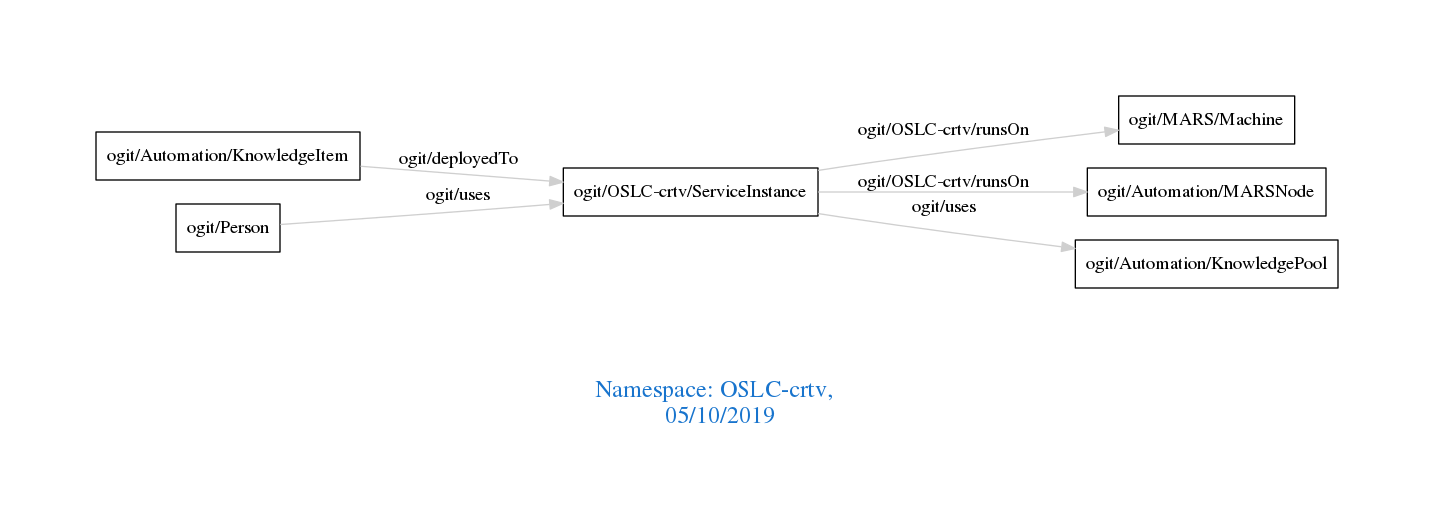
Earlier version of the Graphviz export downloads/OSLC-crtv.png (arago/OGIT). Its source is kept beside it as downloads/OSLC-crtv.dot.
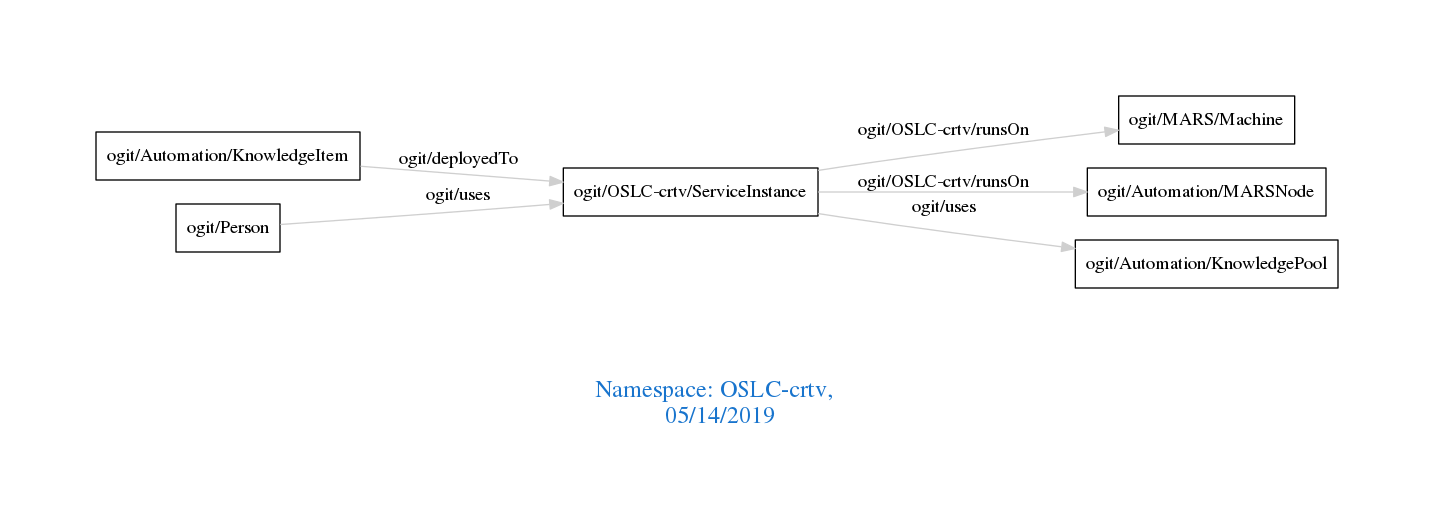
The same diagram one commit later.

Change to the diagram source:
```diff
@@ -1,7 +1,7 @@
 digraph OGIT_ontology {
  graph [ rankdir= LR,pad=1
 fontsize = 18,
-fontcolor= dodgerblue3,label = "\n\n\nNamespace: OSLC-crtv, \n 05/10/2019"];
+fontcolor= dodgerblue3,label = "\n\n\nNamespace: OSLC-crtv, \n 05/14/2019"];
 node[shape=polygon];
 edge [  color="gray81"];
 
```
